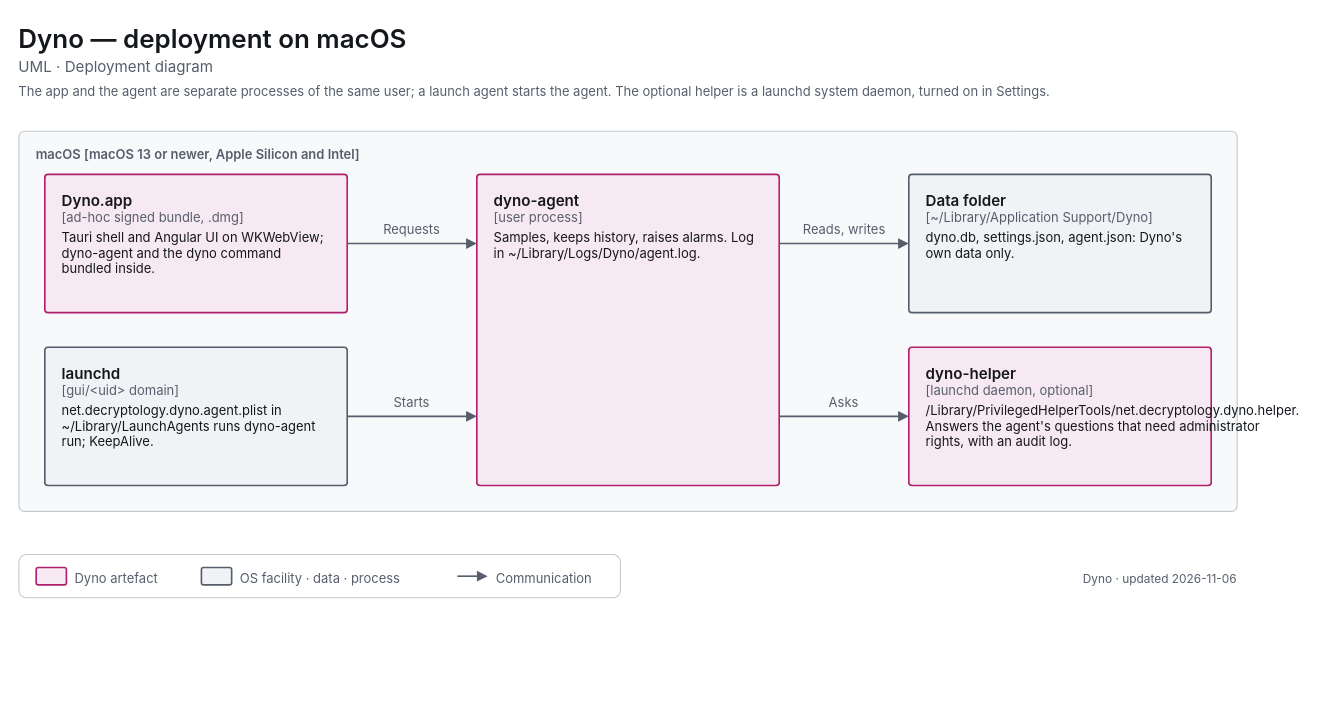
The draw.io diagram apps/dyno/diagrams/uml-deployment-macos.drawio in decryp7/paddock, before the edit. Source tidied: cells renumbered, new cells numbered last; positions are measured from the earlier drawing's top-left corner, leaving out a move shared by most shapes. Both pictures are drawn from the tidied source at 108%, with x=0, y=0 at pixel (18, 18).
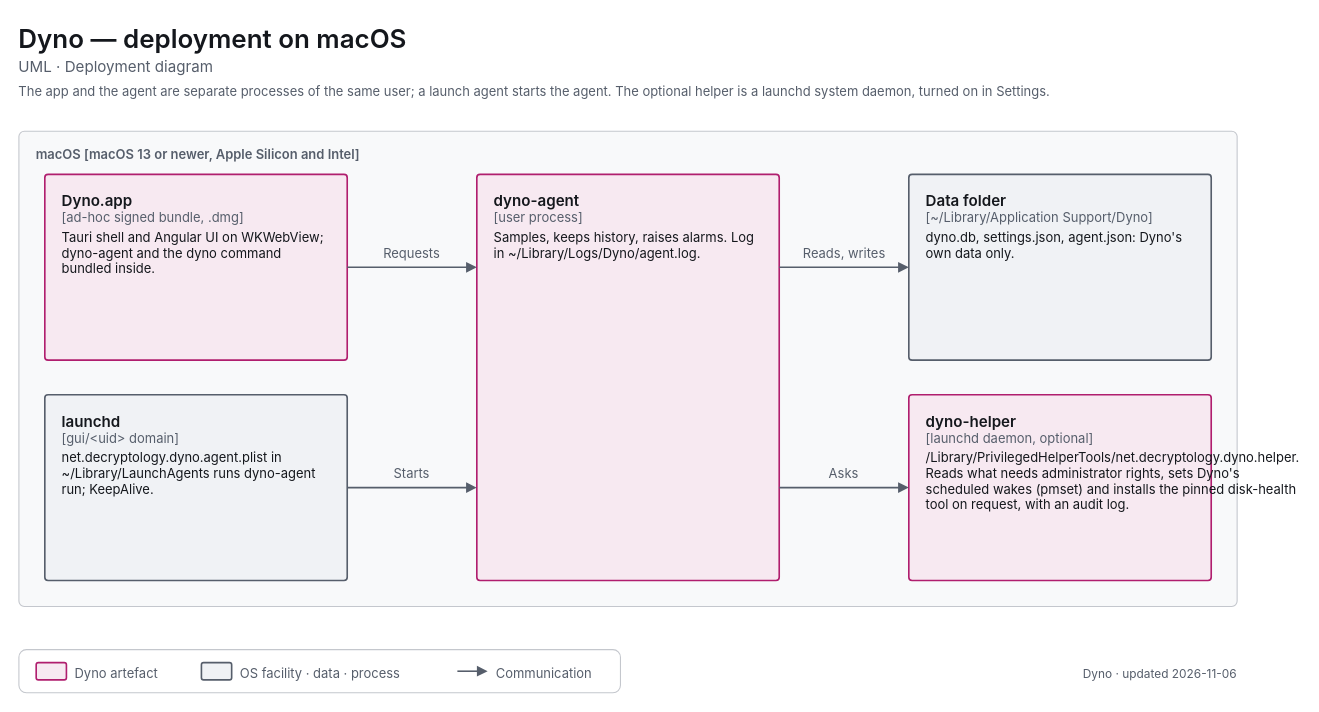
The same diagram, later.

Change to the diagram source:
```diff
@@
     <mxCell id="5" value="&lt;span style=&quot;font-size:12px;font-weight:600&quot;&gt;macOS [macOS 13 or newer, Apple Silicon and Intel]&lt;/span&gt;" style="html=1;whiteSpace=wrap;fontFamily=-apple-system,BlinkMacSystemFont,Segoe UI,system-ui,sans-serif;fontSize=12;fontColor=light-dark(#14171C,#ECEEF1);rounded=1;absoluteArcSize=1;arcSize=10;strokeWidth=1;strokeColor=light-dark(#C4C7CD,#353A42);fillColor=light-dark(#F8F9FA,#121418);align=left;verticalAlign=top;spacingLeft=14;spacingTop=8;fontColor=light-dark(#565E6B,#A0A7B2);" parent="1" vertex="1">
-      <mxGeometry y="104" width="1128" height="352" as="geometry" />
+      <mxGeometry y="104" width="1128" height="440" as="geometry" />
     </mxCell>
     <mxCell id="6" value="&lt;span style=&quot;font-size:14px;font-weight:600&quot;&gt;Dyno.app&lt;/span&gt;&lt;br&gt;&lt;span style=&quot;font-size:12px;color:light-dark(#565E6B,#A0A7B2)&quot;&gt;[ad-hoc signed bundle, .dmg]&lt;/span&gt;&lt;br&gt;&lt;div style=&quot;margin-top:4px;font-size:12px&quot;&gt;Tauri shell and Angular UI on WKWebView; dyno-agent and the dyno command bundled inside.&lt;/div&gt;" style="html=1;whiteSpace=wrap;fontFamily=-apple-system,BlinkMacSystemFont,Segoe UI,system-ui,sans-serif;fontSize=12;fontColor=light-dark(#14171C,#ECEEF1);rounded=1;absoluteArcSize=1;arcSize=6;strokeWidth=1.5;strokeColor=light-dark(#B01E6E,#F063A8);fillColor=light-dark(#F7E9F1,#382332);align=left;verticalAlign=top;spacingLeft=14;spacingRight=14;spacingTop=10;spacingBottom=8;" parent="1" vertex="1">
-      <mxGeometry x="24" y="144" width="280" height="128" as="geometry" />
+      <mxGeometry x="24" y="144" width="280" height="172" as="geometry" />
     </mxCell>
     <mxCell id="7" value="&lt;span style=&quot;font-size:14px;font-weight:600&quot;&gt;launchd&lt;/span&gt;&lt;br&gt;&lt;span style=&quot;font-size:12px;color:light-dark(#565E6B,#A0A7B2)&quot;&gt;[gui/&amp;lt;uid&amp;gt; domain]&lt;/span&gt;&lt;br&gt;&lt;div style=&quot;margin-top:4px;font-size:12px&quot;&gt;net.decryptology.dyno.agent.plist in ~/Library/LaunchAgents runs dyno-agent run; KeepAlive.&lt;/div&gt;" style="html=1;whiteSpace=wrap;fontFamily=-apple-system,BlinkMacSystemFont,Segoe UI,system-ui,sans-serif;fontSize=12;fontColor=light-dark(#14171C,#ECEEF1);rounded=1;absoluteArcSize=1;arcSize=6;strokeWidth=1.5;strokeColor=light-dark(#565E6B,#A0A7B2);fillColor=light-dark(#F0F2F5,#1B1E23);align=left;verticalAlign=top;spacingLeft=14;spacingRight=14;spacingTop=10;spacingBottom=8;" parent="1" vertex="1">
-      <mxGeometry x="24" y="304" width="280" height="128" as="geometry" />
+      <mxGeometry x="24" y="348" width="280" height="172" as="geometry" />
     </mxCell>
     <mxCell id="8" value="&lt;span style=&quot;font-size:14px;font-weight:600&quot;&gt;dyno-agent&lt;/span&gt;&lt;br&gt;&lt;span style=&quot;font-size:12px;color:light-dark(#565E6B,#A0A7B2)&quot;&gt;[user process]&lt;/span&gt;&lt;br&gt;&lt;div style=&quot;margin-top:4px;font-size:12px&quot;&gt;Samples, keeps history, raises alarms. Log in ~/Library/Logs/Dyno/agent.log.&lt;/div&gt;" style="html=1;whiteSpace=wrap;fontFamily=-apple-system,BlinkMacSystemFont,Segoe UI,system-ui,sans-serif;fontSize=12;fontColor=light-dark(#14171C,#ECEEF1);rounded=1;absoluteArcSize=1;arcSize=6;strokeWidth=1.5;strokeColor=light-dark(#B01E6E,#F063A8);fillColor=light-dark(#F7E9F1,#382332);align=left;verticalAlign=top;spacingLeft=14;spacingRight=14;spacingTop=10;spacingBottom=8;" parent="1" vertex="1">
-      <mxGeometry x="424" y="144" width="280" height="288" as="geometry" />
+      <mxGeometry x="424" y="144" width="280" height="376" as="geometry" />
     </mxCell>
     <mxCell id="9" value="&lt;span style=&quot;font-size:14px;font-weight:600&quot;&gt;Data folder&lt;/span&gt;&lt;br&gt;&lt;span style=&quot;font-size:12px;color:light-dark(#565E6B,#A0A7B2)&quot;&gt;[~/Library/Application Support/Dyno]&lt;/span&gt;&lt;br&gt;&lt;div style=&quot;margin-top:4px;font-size:12px&quot;&gt;dyno.db, settings.json, agent.json: Dyno's own data only.&lt;/div&gt;" style="html=1;whiteSpace=wrap;fontFamily=-apple-system,BlinkMacSystemFont,Segoe UI,system-ui,sans-serif;fontSize=12;fontColor=light-dark(#14171C,#ECEEF1);rounded=1;absoluteArcSize=1;arcSize=6;strokeWidth=1.5;strokeColor=light-dark(#565E6B,#A0A7B2);fillColor=light-dark(#F0F2F5,#1B1E23);align=left;verticalAlign=top;spacingLeft=14;spacingRight=14;spacingTop=10;spacingBottom=8;" parent="1" vertex="1">
-      <mxGeometry x="824" y="144" width="280" height="128" as="geometry" />
+      <mxGeometry x="824" y="144" width="280" height="172" as="geometry" />
     </mxCell>
-    <mxCell id="10" value="&lt;span style=&quot;font-size:14px;font-weight:600&quot;&gt;dyno-helper&lt;/span&gt;&lt;br&gt;&lt;span style=&quot;font-size:12px;color:light-dark(#565E6B,#A0A7B2)&quot;&gt;[launchd daemon, optional]&lt;/span&gt;&lt;br&gt;&lt;div style=&quot;margin-top:4px;font-size:12px&quot;&gt;/Library/PrivilegedHelperTools/net.decryptology.dyno.helper. Answers the agent's questions that need administrator rights, with an audit log.&lt;/div&gt;" style="html=1;whiteSpace=wrap;fontFamily=-apple-system,BlinkMacSystemFont,Segoe UI,system-ui,sans-serif;fontSize=12;fontColor=light-dark(#14171C,#ECEEF1);rounded=1;absoluteArcSize=1;arcSize=6;strokeWidth=1.5;strokeColor=light-dark(#B01E6E,#F063A8);fillColor=light-dark(#F7E9F1,#382332);align=left;verticalAlign=top;spacingLeft=14;spacingRight=14;spacingTop=10;spacingBottom=8;" parent="1" vertex="1">
-      <mxGeometry x="824" y="304" width="280" height="128" as="geometry" />
+    <mxCell id="10" value="&lt;span style=&quot;font-size:14px;font-weight:600&quot;&gt;dyno-helper&lt;/span&gt;&lt;br&gt;&lt;span style=&quot;font-size:12px;color:light-dark(#565E6B,#A0A7B2)&quot;&gt;[launchd daemon, optional]&lt;/span&gt;&lt;br&gt;&lt;div style=&quot;margin-top:4px;font-size:12px&quot;&gt;/Library/PrivilegedHelperTools/net.decryptology.dyno.helper. Reads what needs administrator rights, sets Dyno's scheduled wakes (pmset) and installs the pinned disk-health tool on request, with an audit log.&lt;/div&gt;" style="html=1;whiteSpace=wrap;fontFamily=-apple-system,BlinkMacSystemFont,Segoe UI,system-ui,sans-serif;fontSize=12;fontColor=light-dark(#14171C,#ECEEF1);rounded=1;absoluteArcSize=1;arcSize=6;strokeWidth=1.5;strokeColor=light-dark(#B01E6E,#F063A8);fillColor=light-dark(#F7E9F1,#382332);align=left;verticalAlign=top;spacingLeft=14;spacingRight=14;spacingTop=10;spacingBottom=8;" parent="1" vertex="1">
+      <mxGeometry x="824" y="348" width="280" height="172" as="geometry" />
     </mxCell>
-    <mxCell id="11" style="edgeStyle=orthogonalEdgeStyle;rounded=1;arcSize=8;jettySize=auto;html=1;strokeWidth=1.5;strokeColor=light-dark(#565E6B,#A0A7B2);endArrow=block;endFill=1;endSize=6;startArrow=none;startFill=0;startSize=8;exitX=1.0000;exitY=0.5000;exitDx=0;exitDy=0;exitPerimeter=0;entryX=0.0000;entryY=0.2222;entryDx=0;entryDy=0;entryPerimeter=0;" parent="1" edge="1" source="6" target="8">
+    <mxCell id="11" style="edgeStyle=orthogonalEdgeStyle;rounded=1;arcSize=8;jettySize=auto;html=1;strokeWidth=1.5;strokeColor=light-dark(#565E6B,#A0A7B2);endArrow=block;endFill=1;endSize=6;startArrow=none;startFill=0;startSize=8;exitX=1.0000;exitY=0.5000;exitDx=0;exitDy=0;exitPerimeter=0;entryX=0.0000;entryY=0.2287;entryDx=0;entryDy=0;entryPerimeter=0;" parent="1" edge="1" source="6" target="8">
       <mxGeometry relative="1" as="geometry" />
     </mxCell>
     <mxCell id="12" value="&lt;span style=&quot;font-size:12px;font-weight:400&quot;&gt;Requests&lt;/span&gt;" style="html=1;whiteSpace=wrap;fontFamily=-apple-system,BlinkMacSystemFont,Segoe UI,system-ui,sans-serif;fontSize=12;fontColor=light-dark(#14171C,#ECEEF1);text;strokeColor=none;fillColor=none;align=center;verticalAlign=top;spacing=0;fontColor=light-dark(#565E6B,#A0A7B2);" parent="1" vertex="1">
-      <mxGeometry x="331" y="184" width="66" height="18" as="geometry" />
+      <mxGeometry x="331" y="206" width="66" height="18" as="geometry" />
     </mxCell>
-    <mxCell id="13" style="edgeStyle=orthogonalEdgeStyle;rounded=1;arcSize=8;jettySize=auto;html=1;strokeWidth=1.5;strokeColor=light-dark(#565E6B,#A0A7B2);endArrow=block;endFill=1;endSize=6;startArrow=none;startFill=0;startSize=8;exitX=1.0000;exitY=0.5000;exitDx=0;exitDy=0;exitPerimeter=0;entryX=0.0000;entryY=0.7778;entryDx=0;entryDy=0;entryPerimeter=0;" parent="1" edge="1" source="7" target="8">
+    <mxCell id="13" style="edgeStyle=orthogonalEdgeStyle;rounded=1;arcSize=8;jettySize=auto;html=1;strokeWidth=1.5;strokeColor=light-dark(#565E6B,#A0A7B2);endArrow=block;endFill=1;endSize=6;startArrow=none;startFill=0;startSize=8;exitX=1.0000;exitY=0.5000;exitDx=0;exitDy=0;exitPerimeter=0;entryX=0.0000;entryY=0.7713;entryDx=0;entryDy=0;entryPerimeter=0;" parent="1" edge="1" source="7" target="8">
       <mxGeometry relative="1" as="geometry" />
     </mxCell>
     <mxCell id="14" value="&lt;span style=&quot;font-size:12px;font-weight:400&quot;&gt;Starts&lt;/span&gt;" style="html=1;whiteSpace=wrap;fontFamily=-apple-system,BlinkMacSystemFont,Segoe UI,system-ui,sans-serif;fontSize=12;fontColor=light-dark(#14171C,#ECEEF1);text;strokeColor=none;fillColor=none;align=center;verticalAlign=top;spacing=0;fontColor=light-dark(#565E6B,#A0A7B2);" parent="1" vertex="1">
-      <mxGeometry x="338" y="344" width="52" height="18" as="geometry" />
+      <mxGeometry x="338" y="410" width="52" height="18" as="geometry" />
     </mxCell>
-    <mxCell id="15" style="edgeStyle=orthogonalEdgeStyle;rounded=1;arcSize=8;jettySize=auto;html=1;strokeWidth=1.5;strokeColor=light-dark(#565E6B,#A0A7B2);endArrow=block;endFill=1;endSize=6;startArrow=none;startFill=0;startSize=8;exitX=1.0000;exitY=0.2222;exitDx=0;exitDy=0;exitPerimeter=0;entryX=0.0000;entryY=0.5000;entryDx=0;entryDy=0;entryPerimeter=0;" parent="1" edge="1" source="8" target="9">
+    <mxCell id="15" style="edgeStyle=orthogonalEdgeStyle;rounded=1;arcSize=8;jettySize=auto;html=1;strokeWidth=1.5;strokeColor=light-dark(#565E6B,#A0A7B2);endArrow=block;endFill=1;endSize=6;startArrow=none;startFill=0;startSize=8;exitX=1.0000;exitY=0.2287;exitDx=0;exitDy=0;exitPerimeter=0;entryX=0.0000;entryY=0.5000;entryDx=0;entryDy=0;entryPerimeter=0;" parent="1" edge="1" source="8" target="9">
       <mxGeometry relative="1" as="geometry" />
     </mxCell>
     <mxCell id="16" value="&lt;span style=&quot;font-size:12px;font-weight:400&quot;&gt;Reads, writes&lt;/span&gt;" style="html=1;whiteSpace=wrap;fontFamily=-apple-system,BlinkMacSystemFont,Segoe UI,system-ui,sans-serif;fontSize=12;fontColor=light-dark(#14171C,#ECEEF1);text;strokeColor=none;fillColor=none;align=center;verticalAlign=top;spacing=0;fontColor=light-dark(#565E6B,#A0A7B2);" parent="1" vertex="1">
-      <mxGeometry x="717" y="184" width="95" height="18" as="geometry" />
+      <mxGeometry x="717" y="206" width="95" height="18" as="geometry" />
     </mxCell>
-    <mxCell id="17" style="edgeStyle=orthogonalEdgeStyle;rounded=1;arcSize=8;jettySize=auto;html=1;strokeWidth=1.5;strokeColor=light-dark(#565E6B,#A0A7B2);endArrow=block;endFill=1;endSize=6;startArrow=none;startFill=0;startSize=8;exitX=1.0000;exitY=0.7778;exitDx=0;exitDy=0;exitPerimeter=0;entryX=0.0000;entryY=0.5000;entryDx=0;entryDy=0;entryPerimeter=0;" parent="1" edge="1" source="8" target="10">
+    <mxCell id="17" style="edgeStyle=orthogonalEdgeStyle;rounded=1;arcSize=8;jettySize=auto;html=1;strokeWidth=1.5;strokeColor=light-dark(#565E6B,#A0A7B2);endArrow=block;endFill=1;endSize=6;startArrow=none;startFill=0;startSize=8;exitX=1.0000;exitY=0.7713;exitDx=0;exitDy=0;exitPerimeter=0;entryX=0.0000;entryY=0.5000;entryDx=0;entryDy=0;entryPerimeter=0;" parent="1" edge="1" source="8" target="10">
       <mxGeometry relative="1" as="geometry" />
     </mxCell>
     <mxCell id="18" value="&lt;span style=&quot;font-size:12px;font-weight:400&quot;&gt;Asks&lt;/span&gt;" style="html=1;whiteSpace=wrap;fontFamily=-apple-system,BlinkMacSystemFont,Segoe UI,system-ui,sans-serif;fontSize=12;fontColor=light-dark(#14171C,#ECEEF1);text;strokeColor=none;fillColor=none;align=center;verticalAlign=top;spacing=0;fontColor=light-dark(#565E6B,#A0A7B2);" parent="1" vertex="1">
-      <mxGeometry x="745" y="344" width="38" height="18" as="geometry" />
+      <mxGeometry x="745" y="410" width="38" height="18" as="geometry" />
     </mxCell>
     <mxCell id="19" style="rounded=1;absoluteArcSize=1;arcSize=14;strokeWidth=1;strokeColor=light-dark(#C4C7CD,#353A42);fillColor=none;" parent="1" vertex="1">
-      <mxGeometry y="496" width="557" height="40" as="geometry" />
+      <mxGeometry y="584" width="557" height="40" as="geometry" />
     </mxCell>
     <mxCell id="20" style="rounded=1;absoluteArcSize=1;arcSize=4;strokeWidth=1.5;strokeColor=light-dark(#B01E6E,#F063A8);fillColor=light-dark(#F7E9F1,#382332);" parent="1" vertex="1">
-      <mxGeometry x="16" y="508" width="28" height="16" as="geometry" />
+      <mxGeometry x="16" y="596" width="28" height="16" as="geometry" />
     </mxCell>
     <mxCell id="21" value="&lt;span style=&quot;font-size:12px;font-weight:400&quot;&gt;Dyno artefact&lt;/span&gt;" style="html=1;whiteSpace=wrap;fontFamily=-apple-system,BlinkMacSystemFont,Segoe UI,system-ui,sans-serif;fontSize=12;fontColor=light-dark(#14171C,#ECEEF1);text;strokeColor=none;fillColor=none;align=left;verticalAlign=top;spacing=0;fontColor=light-dark(#565E6B,#A0A7B2);" parent="1" vertex="1">
-      <mxGeometry x="52" y="507" width="93" height="18" as="geometry" />
+      <mxGeometry x="52" y="595" width="93" height="18" as="geometry" />
     </mxCell>
     <mxCell id="22" style="rounded=1;absoluteArcSize=1;arcSize=4;strokeWidth=1.5;strokeColor=light-dark(#565E6B,#A0A7B2);fillColor=light-dark(#F0F2F5,#1B1E23);" parent="1" vertex="1">
-      <mxGeometry x="169" y="508" width="28" height="16" as="geometry" />
+      <mxGeometry x="169" y="596" width="28" height="16" as="geometry" />
     </mxCell>
     <mxCell id="23" value="&lt;span style=&quot;font-size:12px;font-weight:400&quot;&gt;OS facility · data · process&lt;/span&gt;" style="html=1;whiteSpace=wrap;fontFamily=-apple-system,BlinkMacSystemFont,Segoe UI,system-ui,sans-serif;fontSize=12;fontColor=light-dark(#14171C,#ECEEF1);text;strokeColor=none;fillColor=none;align=left;verticalAlign=top;spacing=0;fontColor=light-dark(#565E6B,#A0A7B2);" parent="1" vertex="1">
-      <mxGeometry x="205" y="507" width="177" height="18" as="geometry" />
+      <mxGeometry x="205" y="595" width="177" height="18" as="geometry" />
     </mxCell>
     <mxCell id="24" style="edgeStyle=none;rounded=1;html=1;strokeWidth=1.5;strokeColor=light-dark(#565E6B,#A0A7B2);endArrow=block;endFill=1;endSize=6;" parent="1" edge="1">
       <mxGeometry relative="1" as="geometry">
-        <mxPoint x="406" y="516" as="sourcePoint" />
-        <mxPoint x="434" y="516" as="targetPoint" />
+        <mxPoint x="406" y="604" as="sourcePoint" />
+        <mxPoint x="434" y="604" as="targetPoint" />
       </mxGeometry>
     </mxCell>
     <mxCell id="25" value="&lt;span style=&quot;font-size:12px;font-weight:400&quot;&gt;Communication&lt;/span&gt;" style="html=1;whiteSpace=wrap;fontFamily=-apple-system,BlinkMacSystemFont,Segoe UI,system-ui,sans-serif;fontSize=12;fontColor=light-dark(#14171C,#ECEEF1);text;strokeColor=none;fillColor=none;align=left;verticalAlign=top;spacing=0;fontColor=light-dark(#565E6B,#A0A7B2);" parent="1" vertex="1">
-      <mxGeometry x="442" y="507" width="99" height="18" as="geometry" />
+      <mxGeometry x="442" y="595" width="99" height="18" as="geometry" />
     </mxCell>
     <mxCell id="26" value="&lt;span style=&quot;font-size:11px;font-weight:400&quot;&gt;Dyno · updated 2026-11-06&lt;/span&gt;" style="html=1;whiteSpace=wrap;fontFamily=-apple-system,BlinkMacSystemFont,Segoe UI,system-ui,sans-serif;fontSize=12;fontColor=light-dark(#14171C,#ECEEF1);text;strokeColor=none;fillColor=none;align=right;verticalAlign=top;spacing=0;fontColor=light-dark(#565E6B,#A0A7B2);" parent="1" vertex="1">
-      <mxGeometry x="768" y="507" width="360" height="18" as="geometry" />
+      <mxGeometry x="768" y="595" width="360" height="18" as="geometry" />
     </mxCell>
```
